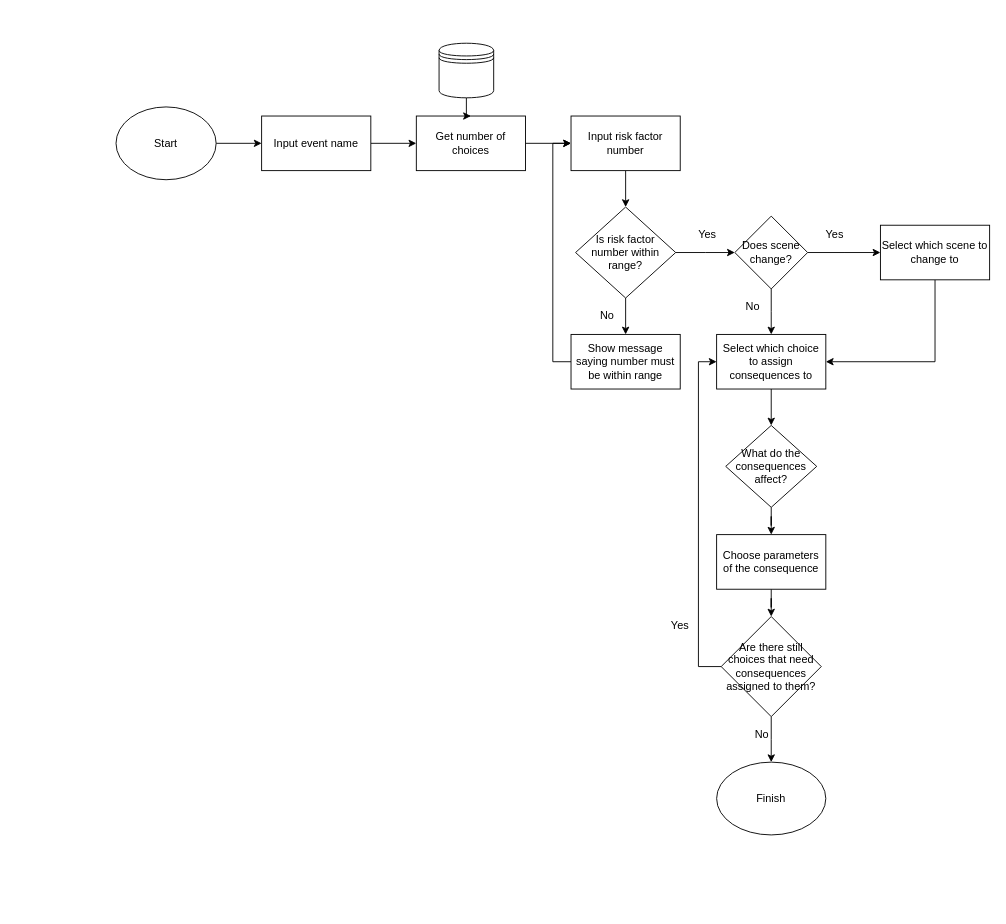
Before: Phase2/Flowcharts/modgodToolset/RiskFactors/project_ilmatar_phase2_flowchart_events_riskFactors_sceneChanges_20210815.drawio in RPG-Research/bcirpg, a draw.io diagram. Source tidied: cells renumbered, new cells numbered last; positions are measured from the earlier drawing's top-left corner, leaving out a move shared by most shapes. Both pictures are drawn from the tidied source at 91%, with x=0, y=0 at pixel (116, 43).
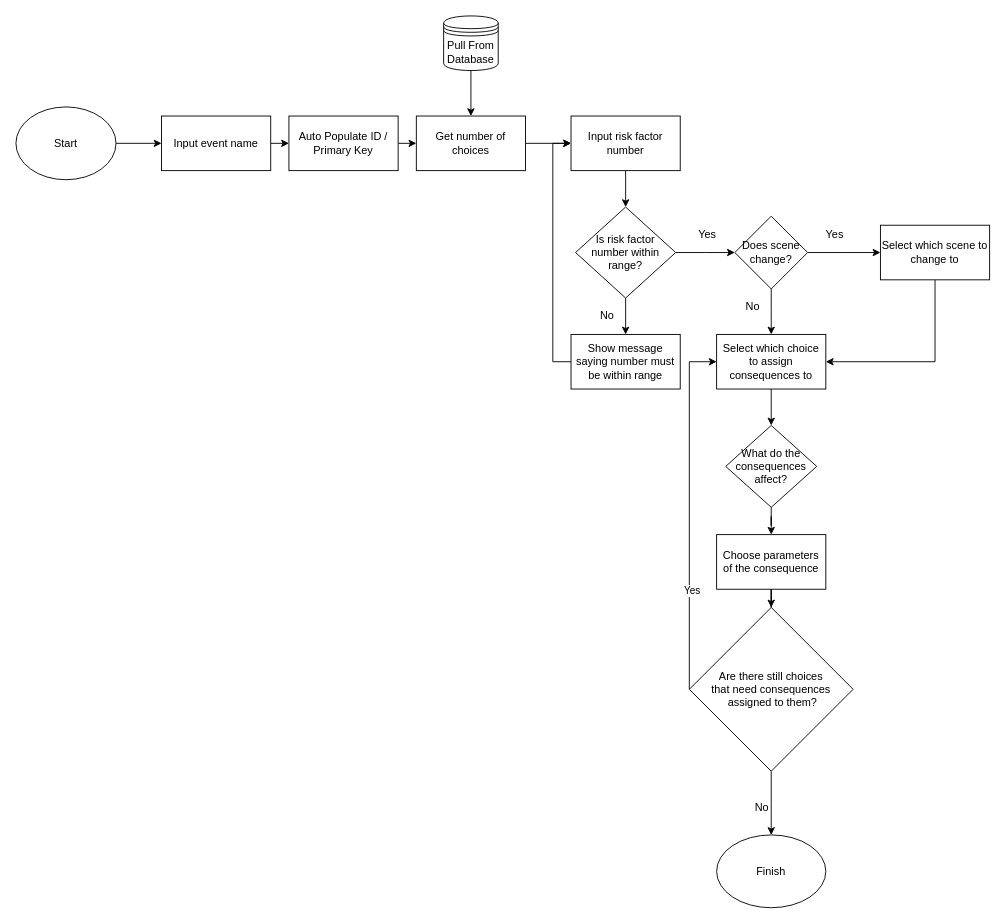
The same page after the edit.

Commit message (it also covers changes not shown here):
Flowchart Review push for Toolset wizard flowcharts

Unchanged cells that the change refers to:
```xml
<mxCell id="7" value="Get number of choices" style="rounded=0;whiteSpace=wrap;html=1;" parent="1" vertex="1">
  <mxGeometry x="330" y="80" width="120" height="60" as="geometry" />
</mxCell>
<mxCell id="27" value="Select which choice to assign consequences to" style="rounded=0;whiteSpace=wrap;html=1;" parent="1" vertex="1">
  <mxGeometry x="660" y="320" width="120" height="60" as="geometry" />
</mxCell>
```

The edit, as a diff of the source:
```diff
@@
     <mxCell id="3" value="Start" style="ellipse;whiteSpace=wrap;html=1;" parent="1" vertex="1">
-      <mxGeometry y="70" width="110" height="80" as="geometry" />
+      <mxGeometry x="-110" y="70" width="110" height="80" as="geometry" />
     </mxCell>
-    <mxCell id="4" style="edgeStyle=orthogonalEdgeStyle;rounded=0;jettySize=auto;html=1;" parent="1" edge="1" source="5" target="7">
-      <mxGeometry relative="1" as="geometry" />
-    </mxCell>
+    <mxCell id="38" style="edgeStyle=orthogonalEdgeStyle;rounded=0;jettySize=auto;html=1;exitX=1;exitY=0.5;exitDx=0;exitDy=0;entryX=0;entryY=0.5;entryDx=0;entryDy=0;" parent="1" edge="1" source="5" target="40">
+      <mxGeometry relative="1" as="geometry" />
+    </mxCell>
     <mxCell id="5" value="Input event name" style="rounded=0;whiteSpace=wrap;html=1;" parent="1" vertex="1">
-      <mxGeometry x="160" y="80" width="120" height="60" as="geometry" />
+      <mxGeometry x="50" y="80" width="120" height="60" as="geometry" />
     </mxCell>
@@
-    <mxCell id="9" style="shape=datastore;whiteSpace=wrap;html=1;" parent="1" vertex="1">
-      <mxGeometry x="355" width="60" height="60" as="geometry" />
+    <mxCell id="9" value="Pull From&lt;br&gt;Database" style="shape=datastore;whiteSpace=wrap;html=1;" parent="1" vertex="1">
+      <mxGeometry x="360" y="-30" width="60" height="60" as="geometry" />
     </mxCell>
@@
+    <mxCell id="33" style="edgeStyle=orthogonalEdgeStyle;rounded=0;jettySize=auto;html=1;exitX=0.5;exitY=1;exitDx=0;exitDy=0;" parent="1" edge="1" source="34">
+      <mxGeometry relative="1" as="geometry">
+        <mxPoint x="720" y="870" as="targetPoint" />
+      </mxGeometry>
+    </mxCell>
-    <mxCell id="32" style="edgeStyle=orthogonalEdgeStyle;rounded=0;jettySize=auto;html=1;" parent="1" edge="1" source="34" target="27">
+    <mxCell id="32" style="edgeStyle=orthogonalEdgeStyle;rounded=0;jettySize=auto;html=1;exitX=0;exitY=0.5;exitDx=0;exitDy=0;entryX=0;entryY=0.5;entryDx=0;entryDy=0;" parent="1" edge="1" source="34" target="27">
       <mxGeometry relative="1" as="geometry">
         <Array as="points">
-          <mxPoint x="640" y="685" />
-          <mxPoint x="640" y="350" />
+          <mxPoint x="630" y="350" />
         </Array>
       </mxGeometry>
     </mxCell>
-    <mxCell id="33" style="edgeStyle=orthogonalEdgeStyle;rounded=0;jettySize=auto;html=1;" parent="1" edge="1" source="34">
-      <mxGeometry relative="1" as="geometry">
-        <mxPoint x="720" y="790" as="targetPoint" />
-      </mxGeometry>
-    </mxCell>
+    <mxCell id="35" value="Yes" style="edgeLabel;html=1;align=center;verticalAlign=middle;" parent="32" vertex="1">
+      <mxGeometry x="-0.44" y="-2" relative="1" as="geometry" />
+    </mxCell>
-    <mxCell id="34" value="Are there still choices that need consequences assigned to them?" style="rhombus;whiteSpace=wrap;html=1;" parent="1" vertex="1">
-      <mxGeometry x="665" y="630" width="110" height="110" as="geometry" />
+    <mxCell id="34" value="Are there still choices &lt;br&gt;that need consequences&lt;br&gt;&amp;nbsp;assigned to them?" style="rhombus;whiteSpace=wrap;html=1;" parent="1" vertex="1">
+      <mxGeometry x="630" y="620" width="180" height="180" as="geometry" />
     </mxCell>
-    <mxCell id="35" value="Yes" style="text;html=1;strokeColor=none;fillColor=none;align=center;verticalAlign=middle;whiteSpace=wrap;rounded=0;" parent="1" vertex="1">
-      <mxGeometry x="600" y="630" width="40" height="20" as="geometry" />
-    </mxCell>
     <mxCell id="36" value="Finish" style="ellipse;whiteSpace=wrap;html=1;" parent="1" vertex="1">
-      <mxGeometry x="660" y="790" width="120" height="80" as="geometry" />
+      <mxGeometry x="660" y="870" width="120" height="80" as="geometry" />
     </mxCell>
     <mxCell id="37" value="No" style="text;html=1;strokeColor=none;fillColor=none;align=center;verticalAlign=middle;whiteSpace=wrap;rounded=0;" parent="1" vertex="1">
-      <mxGeometry x="690" y="750" width="40" height="20" as="geometry" />
+      <mxGeometry x="690" y="830" width="40" height="20" as="geometry" />
     </mxCell>
+    <mxCell id="39" style="edgeStyle=orthogonalEdgeStyle;rounded=0;jettySize=auto;html=1;exitX=1;exitY=0.5;exitDx=0;exitDy=0;entryX=0;entryY=0.5;entryDx=0;entryDy=0;" parent="1" edge="1" source="40" target="7">
+      <mxGeometry relative="1" as="geometry" />
+    </mxCell>
+    <mxCell id="40" value="Auto Populate ID / Primary Key" style="rounded=0;whiteSpace=wrap;html=1;" parent="1" vertex="1">
+      <mxGeometry x="190" y="80" width="120" height="60" as="geometry" />
+    </mxCell>
```
